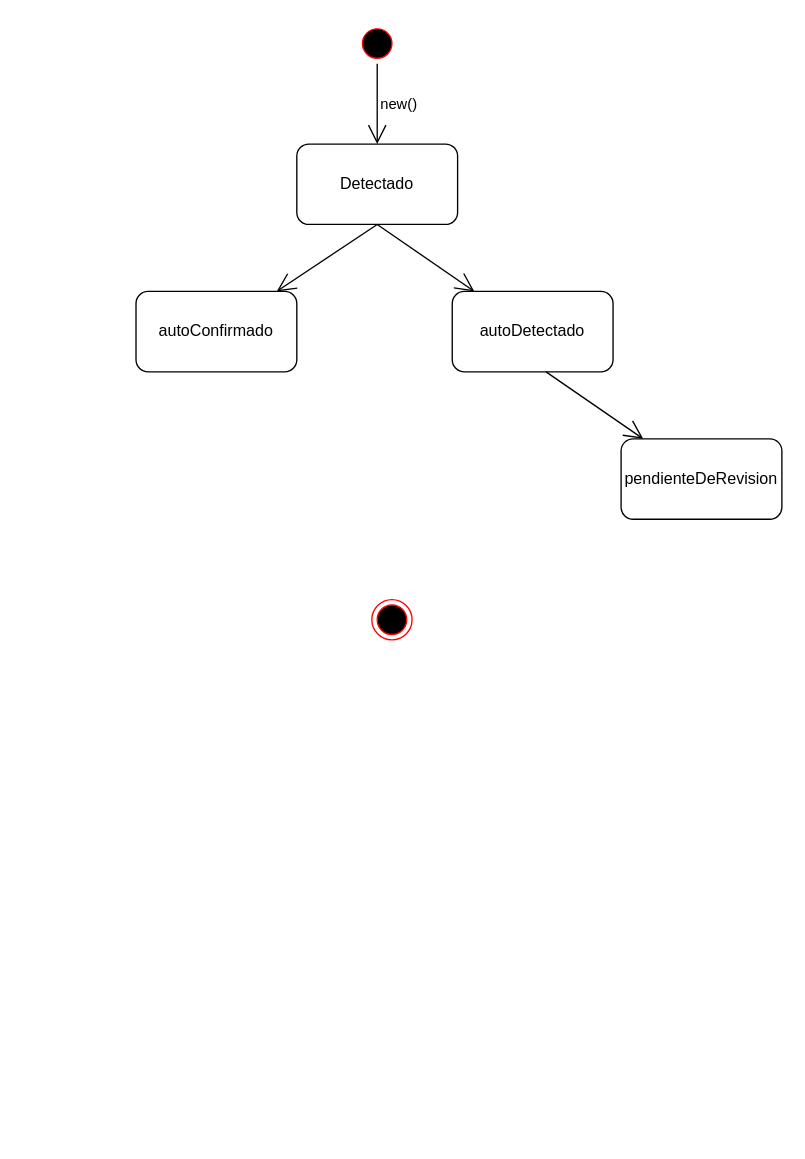
The draw.io diagram PPAI_G06_MDE.drawio in Leyran/DSI_2025, before the edit. Source tidied: cells renumbered, new cells numbered last; positions are measured from the earlier drawing's top-left corner, leaving out a move shared by most shapes. Both pictures are drawn from the tidied source at 134%, with x=0, y=0 at pixel (135, 23).
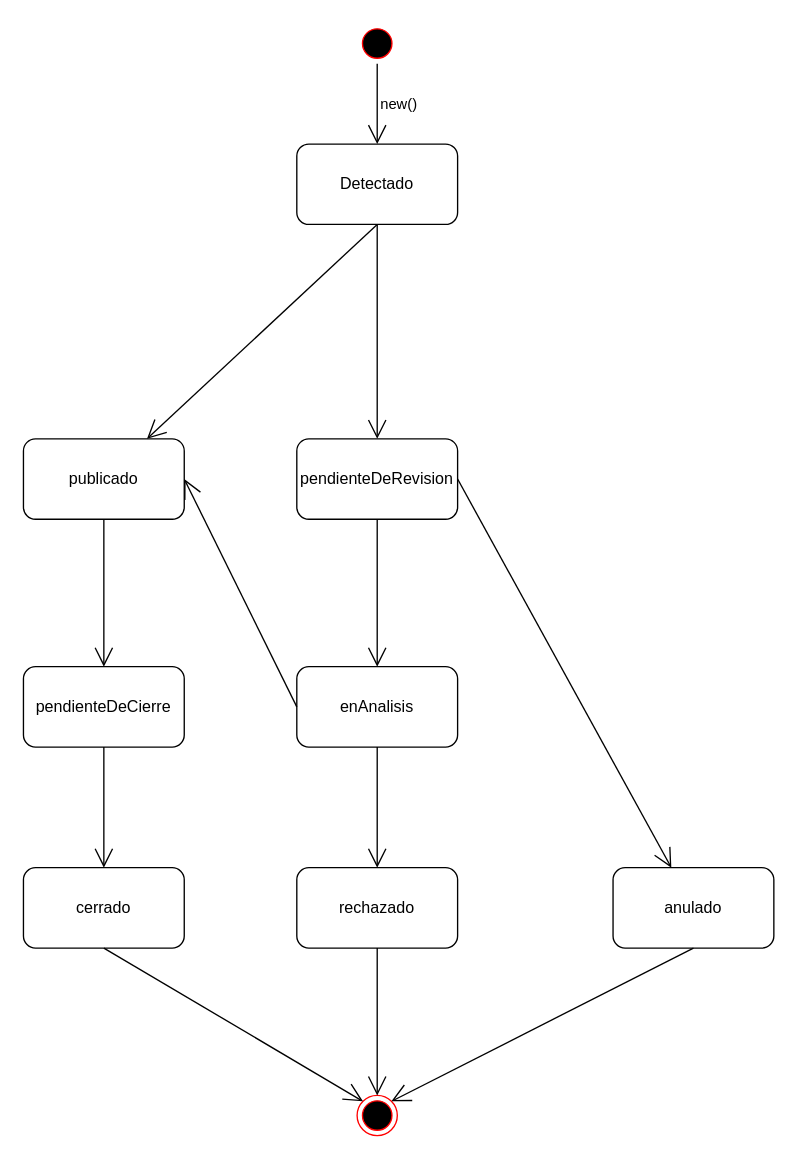
After the change.

Unchanged cells that the change refers to:
```xml
<mxCell id="2" value="Detectado" style="rounded=1;whiteSpace=wrap;html=1;" parent="1" vertex="1">
  <mxGeometry x="120" y="90" width="120" height="60" as="geometry" />
</mxCell>
```

Change to the diagram source:
```diff
@@
-    <mxCell id="3" value="autoConfirmado" style="rounded=1;whiteSpace=wrap;html=1;" parent="1" vertex="1">
-      <mxGeometry y="200" width="120" height="60" as="geometry" />
+    <mxCell id="3" value="&lt;div&gt;publicado&lt;/div&gt;" style="rounded=1;whiteSpace=wrap;html=1;" parent="1" vertex="1">
+      <mxGeometry x="-84" y="310" width="120" height="60" as="geometry" />
     </mxCell>
     <mxCell id="4" style="ellipse;html=1;shape=endState;fillColor=#000000;strokeColor=#ff0000;" parent="1" vertex="1">
-      <mxGeometry x="176" y="430" width="30" height="30" as="geometry" />
+      <mxGeometry x="165" y="800" width="30" height="30" as="geometry" />
     </mxCell>
@@
-    <mxCell id="9" value="autoDetectado" style="rounded=1;whiteSpace=wrap;html=1;" parent="1" vertex="1">
-      <mxGeometry x="236" y="200" width="120" height="60" as="geometry" />
-    </mxCell>
-    <mxCell id="10" style="endArrow=open;endFill=1;endSize=12;html=1;rounded=0;exitX=0.5;exitY=1;exitDx=0;exitDy=0;" parent="1" edge="1" source="2" target="9">
+    <mxCell id="10" style="endArrow=open;endFill=1;endSize=12;html=1;rounded=0;exitX=0.5;exitY=1;exitDx=0;exitDy=0;entryX=0.5;entryY=0;entryDx=0;entryDy=0;" parent="1" edge="1" source="2" target="11">
       <mxGeometry relative="1" as="geometry" />
     </mxCell>
     <mxCell id="11" value="pendienteDeRevision" style="rounded=1;whiteSpace=wrap;html=1;" parent="1" vertex="1">
-      <mxGeometry x="362" y="310" width="120" height="60" as="geometry" />
+      <mxGeometry x="120" y="310" width="120" height="60" as="geometry" />
     </mxCell>
-    <mxCell id="12" style="endArrow=open;endFill=1;endSize=12;html=1;rounded=0;exitX=0.5;exitY=1;exitDx=0;exitDy=0;" parent="1" edge="1" target="11">
-      <mxGeometry relative="1" as="geometry">
-        <mxPoint x="306" y="260" as="sourcePoint" />
-      </mxGeometry>
-    </mxCell>
+    <mxCell id="13" value="anulado" style="rounded=1;whiteSpace=wrap;html=1;" parent="1" vertex="1">
+      <mxGeometry x="356" y="630" width="120" height="60" as="geometry" />
+    </mxCell>
+    <mxCell id="14" style="endArrow=open;endFill=1;endSize=12;html=1;rounded=0;exitX=1;exitY=0.5;exitDx=0;exitDy=0;" parent="1" edge="1" source="11" target="13">
+      <mxGeometry relative="1" as="geometry" />
+    </mxCell>
+    <mxCell id="15" value="enAnalisis" style="rounded=1;whiteSpace=wrap;html=1;" parent="1" vertex="1">
+      <mxGeometry x="120" y="480" width="120" height="60" as="geometry" />
+    </mxCell>
+    <mxCell id="16" style="endArrow=open;endFill=1;endSize=12;html=1;rounded=0;exitX=0.5;exitY=1;exitDx=0;exitDy=0;" parent="1" edge="1" source="11" target="15">
+      <mxGeometry relative="1" as="geometry" />
+    </mxCell>
+    <mxCell id="17" value="rechazado" style="rounded=1;whiteSpace=wrap;html=1;" parent="1" vertex="1">
+      <mxGeometry x="120" y="630" width="120" height="60" as="geometry" />
+    </mxCell>
+    <mxCell id="18" style="endArrow=open;endFill=1;endSize=12;html=1;rounded=0;exitX=0.5;exitY=1;exitDx=0;exitDy=0;" parent="1" edge="1" source="15" target="17">
+      <mxGeometry relative="1" as="geometry" />
+    </mxCell>
+    <mxCell id="19" style="endArrow=open;endFill=1;endSize=12;html=1;rounded=0;exitX=0;exitY=0.5;exitDx=0;exitDy=0;entryX=1;entryY=0.5;entryDx=0;entryDy=0;" parent="1" edge="1" source="15" target="3">
+      <mxGeometry relative="1" as="geometry" />
+    </mxCell>
+    <mxCell id="20" value="pendienteDeCierre" style="rounded=1;whiteSpace=wrap;html=1;" parent="1" vertex="1">
+      <mxGeometry x="-84" y="480" width="120" height="60" as="geometry" />
+    </mxCell>
+    <mxCell id="21" style="endArrow=open;endFill=1;endSize=12;html=1;rounded=0;exitX=0.5;exitY=1;exitDx=0;exitDy=0;" parent="1" edge="1" source="3" target="20">
+      <mxGeometry relative="1" as="geometry" />
+    </mxCell>
+    <mxCell id="22" value="cerrado" style="rounded=1;whiteSpace=wrap;html=1;" parent="1" vertex="1">
+      <mxGeometry x="-84" y="630" width="120" height="60" as="geometry" />
+    </mxCell>
+    <mxCell id="23" style="endArrow=open;endFill=1;endSize=12;html=1;rounded=0;exitX=0.5;exitY=1;exitDx=0;exitDy=0;" parent="1" edge="1" source="20" target="22">
+      <mxGeometry relative="1" as="geometry" />
+    </mxCell>
+    <mxCell id="24" style="endArrow=open;endFill=1;endSize=12;html=1;rounded=0;exitX=0.5;exitY=1;exitDx=0;exitDy=0;entryX=0;entryY=0;entryDx=0;entryDy=0;" parent="1" edge="1" source="22" target="4">
+      <mxGeometry relative="1" as="geometry" />
+    </mxCell>
+    <mxCell id="25" style="endArrow=open;endFill=1;endSize=12;html=1;rounded=0;exitX=0.5;exitY=1;exitDx=0;exitDy=0;entryX=0.5;entryY=0;entryDx=0;entryDy=0;" parent="1" edge="1" source="17" target="4">
+      <mxGeometry relative="1" as="geometry" />
+    </mxCell>
+    <mxCell id="26" style="endArrow=open;endFill=1;endSize=12;html=1;rounded=0;exitX=0.5;exitY=1;exitDx=0;exitDy=0;entryX=1;entryY=0;entryDx=0;entryDy=0;" parent="1" edge="1" source="13" target="4">
+      <mxGeometry relative="1" as="geometry" />
+    </mxCell>
```
